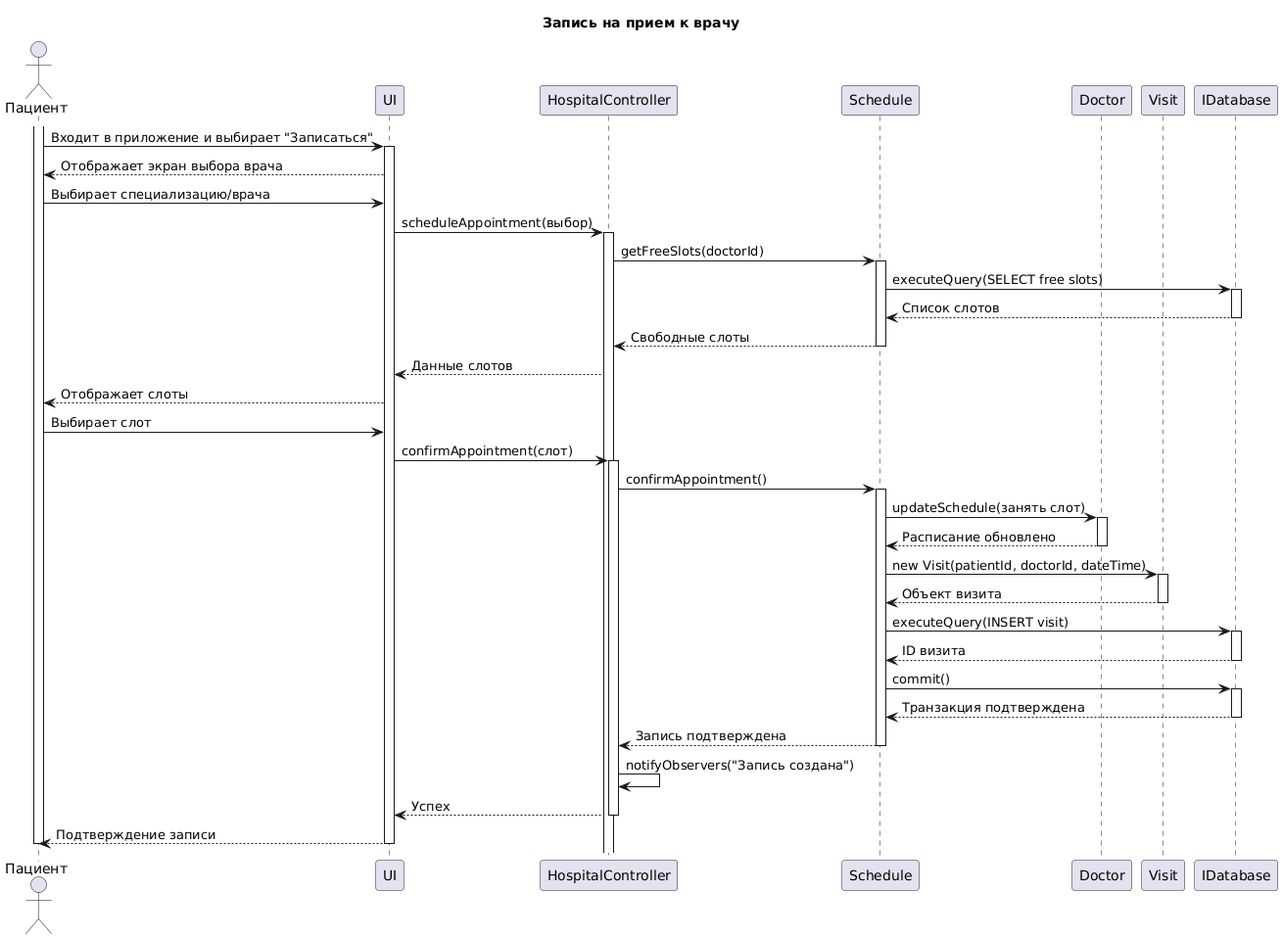
Earlier version of the PlantUML export UseCase_Scheduling_an_appointment/SequenceDiagram.png (penamarth/bsbo-02-23_team5_var3_clinic).
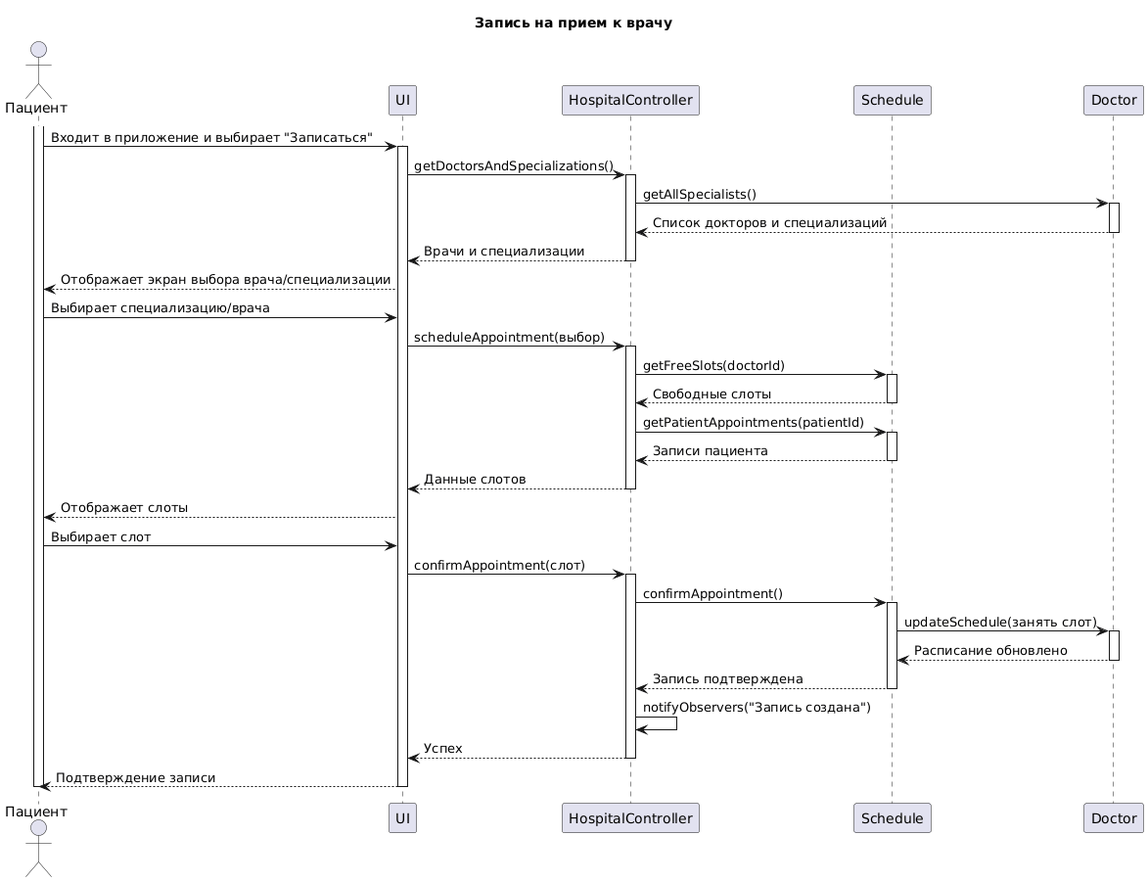
After the change.

Change to the diagram source:
```diff
@@ -5,24 +5,31 @@
 participant "HospitalController" as HC
 participant "Schedule" as S
 participant "Doctor" as D
-participant "Visit" as V
-participant "IDatabase" as DB
 activate Patient
 Patient -> UI: Входит в приложение и выбирает "Записаться"
 activate UI
-UI --> Patient: Отображает экран выбора врача
+UI -> HC: getDoctorsAndSpecializations()
+activate HC
+HC -> D: getAllSpecialists()
+activate D
+D --> HC: Список докторов и специализаций
+deactivate D
+HC --> UI: Врачи и специализации
+deactivate HC
+UI --> Patient: Отображает экран выбора врача/специализации
 Patient -> UI: Выбирает специализацию/врача
 UI -> HC: scheduleAppointment(выбор)
 activate HC
 HC -> S: getFreeSlots(doctorId)
 activate S
-S -> DB: executeQuery(SELECT free slots)
-activate DB
-DB --> S: Список слотов
-deactivate DB
 S --> HC: Свободные слоты
 deactivate S
+HC -> S: getPatientAppointments(patientId)
+activate S
+S --> HC: Записи пациента
+deactivate S
 HC --> UI: Данные слотов
+deactivate HC
 UI --> Patient: Отображает слоты
 Patient -> UI: Выбирает слот
 UI -> HC: confirmAppointment(слот)
@@ -33,18 +40,6 @@
 activate D
 D --> S: Расписание обновлено
 deactivate D
-S -> V: new Visit(patientId, doctorId, dateTime)
-activate V
-V --> S: Объект визита
-deactivate V
-S -> DB: executeQuery(INSERT visit)
-activate DB
-DB --> S: ID визита
-deactivate DB
-S -> DB: commit()
-activate DB
-DB --> S: Транзакция подтверждена
-deactivate DB
 S --> HC: Запись подтверждена
 deactivate S
 HC -> HC: notifyObservers("Запись создана")
```
